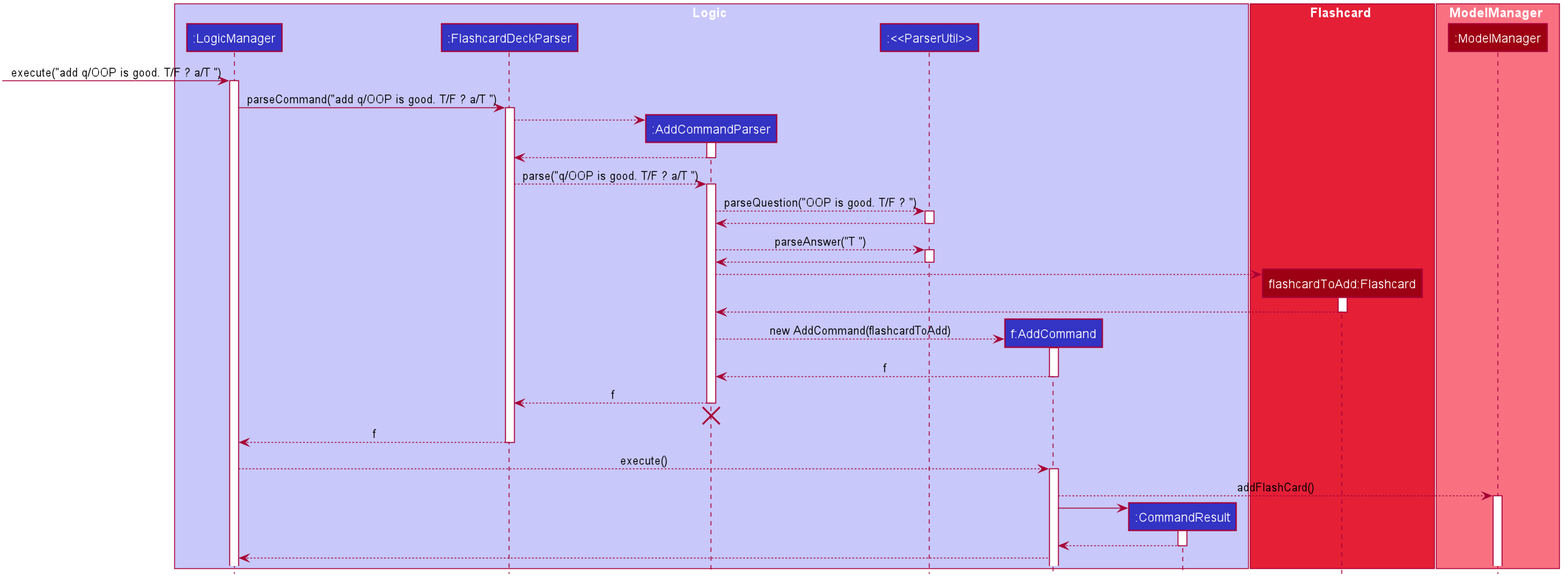
Before: docs/images/AddSequenceDiagram.png, a diagram exported from PlantUML (nus-cs2103-AY2021S1/tp).
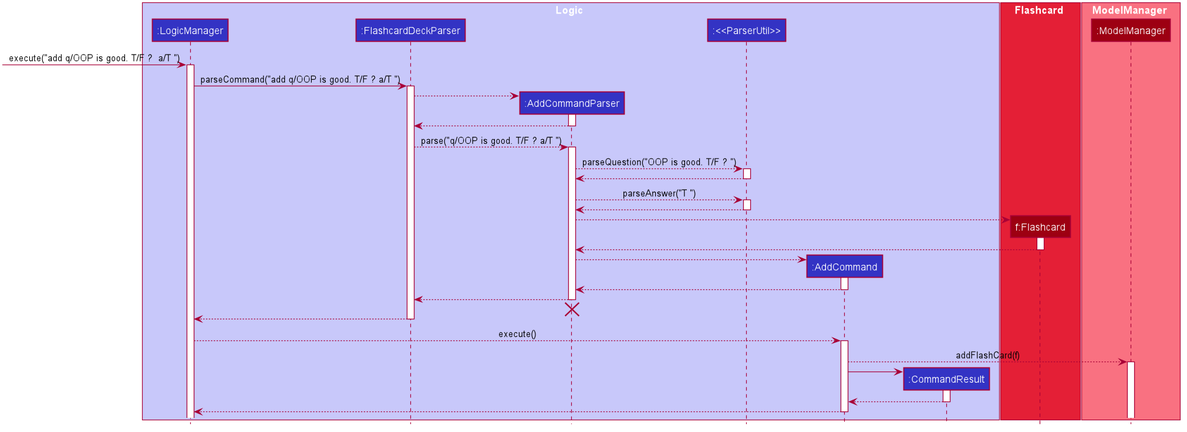
The same diagram one commit later.

Diff of the diagram source:
```diff
@@ -53,20 +53,20 @@
 participant ":FlashcardDeckParser" as FlashcardDeckParser #3333C4
 participant ":AddCommandParser" as AddCommandParser #3333C4
 participant ":<<ParserUtil>>" as ParserUtil #3333C4
-participant "f:AddCommand" as AddCommand #3333C4
+participant ":AddCommand" as AddCommand #3333C4
 participant ":CommandResult" as CommandResult #3333C4
 
 end box
 
 box Flashcard #E41F36
-participant "flashcardToAdd:Flashcard" as Flashcard #9D0012
+participant "f:Flashcard" as Flashcard #9D0012
 end box
 
 box ModelManager #F97181
 participant ":ModelManager" as ModelManager #9D0012
 end box
 
-[-> LogicManager : execute("add q/OOP is good. T/F ? a/T ")
+[-> LogicManager :  execute("add q/OOP is good. T/F ?  a/T ")
 activate LogicManager
 
 LogicManager -> FlashcardDeckParser : parseCommand("add q/OOP is good. T/F ? a/T ")
@@ -102,24 +102,24 @@
 deactivate Flashcard
 
 create AddCommand
-AddCommandParser --> AddCommand :new AddCommand(flashcardToAdd)
+AddCommandParser --> AddCommand
 activate AddCommand
 
-AddCommand --> AddCommandParser : f
+AddCommand --> AddCommandParser
 deactivate AddCommand
 
-AddCommandParser --> FlashcardDeckParser : f
+AddCommandParser --> FlashcardDeckParser
 deactivate AddCommandParser
 AddCommandParser -[hidden]-> FlashcardDeckParser
 destroy AddCommandParser
 
-FlashcardDeckParser --> LogicManager : f
+FlashcardDeckParser --> LogicManager
 deactivate FlashcardDeckParser
 
 LogicManager --> AddCommand : execute()
 activate AddCommand
 
-AddCommand --> ModelManager: addFlashCard()
+AddCommand --> ModelManager: addFlashCard(f)
 activate ModelManager
 
 create CommandResult
@@ -130,5 +130,6 @@
 deactivate CommandResult
 
 AddCommand -->LogicManager
+deactivate AddCommand
 
 @enduml
```
